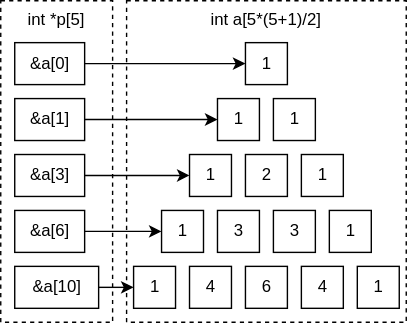
cs-course/marp-public keeps this draw.io diagram as images/c-pointer-yanghui.svg. Above is the earlier version. Source tidied: cells renumbered, new cells last; positions are measured from the earlier drawing's top-left corner, leaving out a move shared by most shapes. The source it was exported from:
```xml
<mxGraphModel>
  <root>
    <mxCell id="0" />
    <mxCell id="1" parent="0" />
    <mxCell id="2" value="1" style="text;html=1;align=center;verticalAlign=middle;points=[];strokeColor=default;fillColor=none;" parent="1" vertex="1">
      <mxGeometry x="175" y="30" width="30" height="30" as="geometry" />
    </mxCell>
    <mxCell id="3" value="1" style="text;html=1;align=center;verticalAlign=middle;points=[];strokeColor=default;fillColor=none;" parent="1" vertex="1">
      <mxGeometry x="155" y="70" width="30" height="30" as="geometry" />
    </mxCell>
    <mxCell id="4" value="1" style="text;html=1;align=center;verticalAlign=middle;strokeColor=default;fillColor=none;" parent="1" vertex="1">
      <mxGeometry x="195" y="70" width="30" height="30" as="geometry" />
    </mxCell>
    <mxCell id="5" value="1" style="text;html=1;align=center;verticalAlign=middle;points=[];strokeColor=default;fillColor=none;" parent="1" vertex="1">
      <mxGeometry x="135" y="110" width="30" height="30" as="geometry" />
    </mxCell>
    <mxCell id="6" value="2" style="text;html=1;align=center;verticalAlign=middle;strokeColor=default;fillColor=none;" parent="1" vertex="1">
      <mxGeometry x="175" y="110" width="30" height="30" as="geometry" />
    </mxCell>
    <mxCell id="7" value="1" style="text;html=1;align=center;verticalAlign=middle;strokeColor=default;fillColor=none;" parent="1" vertex="1">
      <mxGeometry x="215" y="110" width="30" height="30" as="geometry" />
    </mxCell>
    <mxCell id="8" value="1" style="text;html=1;align=center;verticalAlign=middle;points=[];strokeColor=default;fillColor=none;" parent="1" vertex="1">
      <mxGeometry x="115" y="150" width="30" height="30" as="geometry" />
    </mxCell>
    <mxCell id="9" value="3" style="text;html=1;align=center;verticalAlign=middle;strokeColor=default;fillColor=none;" parent="1" vertex="1">
      <mxGeometry x="155" y="150" width="30" height="30" as="geometry" />
    </mxCell>
    <mxCell id="10" value="3" style="text;html=1;align=center;verticalAlign=middle;strokeColor=default;fillColor=none;" parent="1" vertex="1">
      <mxGeometry x="195" y="150" width="30" height="30" as="geometry" />
    </mxCell>
    <mxCell id="11" value="1" style="text;html=1;align=center;verticalAlign=middle;strokeColor=default;fillColor=none;" parent="1" vertex="1">
      <mxGeometry x="235" y="150" width="30" height="30" as="geometry" />
    </mxCell>
    <mxCell id="12" value="1" style="text;html=1;align=center;verticalAlign=middle;points=[];strokeColor=default;fillColor=none;" parent="1" vertex="1">
      <mxGeometry x="95" y="190" width="30" height="30" as="geometry" />
    </mxCell>
    <mxCell id="13" value="4" style="text;html=1;align=center;verticalAlign=middle;strokeColor=default;fillColor=none;" parent="1" vertex="1">
      <mxGeometry x="135" y="190" width="30" height="30" as="geometry" />
    </mxCell>
    <mxCell id="14" value="6" style="text;html=1;align=center;verticalAlign=middle;strokeColor=default;fillColor=none;" parent="1" vertex="1">
      <mxGeometry x="175" y="190" width="30" height="30" as="geometry" />
    </mxCell>
    <mxCell id="15" value="4" style="text;html=1;align=center;verticalAlign=middle;strokeColor=default;fillColor=none;" parent="1" vertex="1">
      <mxGeometry x="215" y="190" width="30" height="30" as="geometry" />
    </mxCell>
    <mxCell id="16" value="1" style="text;html=1;align=center;verticalAlign=middle;strokeColor=default;fillColor=none;" parent="1" vertex="1">
      <mxGeometry x="255" y="190" width="30" height="30" as="geometry" />
    </mxCell>
    <mxCell id="17" style="edgeStyle=none;html=1;" parent="1" edge="1" source="18" target="12">
      <mxGeometry relative="1" as="geometry" />
    </mxCell>
    <mxCell id="18" value="&amp;amp;a[10]" style="text;align=center;verticalAlign=middle;points=[];strokeColor=default;fillColor=none;html=1;" parent="1" vertex="1">
      <mxGeometry x="10" y="190" width="60" height="30" as="geometry" />
    </mxCell>
    <mxCell id="19" style="edgeStyle=none;html=1;" parent="1" edge="1" source="20" target="8">
      <mxGeometry relative="1" as="geometry" />
    </mxCell>
    <mxCell id="20" value="&amp;amp;a[6]" style="text;html=1;align=center;verticalAlign=middle;points=[];strokeColor=default;fillColor=none;" parent="1" vertex="1">
      <mxGeometry x="10" y="150" width="50" height="30" as="geometry" />
    </mxCell>
    <mxCell id="21" style="edgeStyle=none;html=1;" parent="1" edge="1" source="22" target="5">
      <mxGeometry relative="1" as="geometry" />
    </mxCell>
    <mxCell id="22" value="&amp;amp;a[3]" style="text;html=1;align=center;verticalAlign=middle;points=[];strokeColor=default;fillColor=none;" parent="1" vertex="1">
      <mxGeometry x="10" y="110" width="50" height="30" as="geometry" />
    </mxCell>
    <mxCell id="23" style="edgeStyle=none;html=1;" parent="1" edge="1" source="24" target="3">
      <mxGeometry relative="1" as="geometry" />
    </mxCell>
    <mxCell id="24" value="&amp;amp;a[1]" style="text;html=1;align=center;verticalAlign=middle;points=[];strokeColor=default;fillColor=none;" parent="1" vertex="1">
      <mxGeometry x="10" y="70" width="50" height="30" as="geometry" />
    </mxCell>
    <mxCell id="25" style="edgeStyle=none;html=1;" parent="1" edge="1" source="26" target="2">
      <mxGeometry relative="1" as="geometry" />
    </mxCell>
    <mxCell id="26" value="&amp;amp;a[0]" style="text;html=1;align=center;verticalAlign=middle;points=[];strokeColor=default;fillColor=none;" parent="1" vertex="1">
      <mxGeometry x="10" y="30" width="50" height="30" as="geometry" />
    </mxCell>
    <mxCell id="27" value="int *p[5]" style="rounded=0;whiteSpace=wrap;html=1;strokeColor=default;fillColor=none;dashed=1;verticalAlign=top;" parent="1" vertex="1">
      <mxGeometry width="80" height="230" as="geometry" />
    </mxCell>
    <mxCell id="28" value="int a[5*(5+1)/2]" style="rounded=0;whiteSpace=wrap;html=1;strokeColor=default;fillColor=none;dashed=1;verticalAlign=top;" parent="1" vertex="1">
      <mxGeometry x="90" width="200" height="230" as="geometry" />
    </mxCell>
  </root>
</mxGraphModel>
```
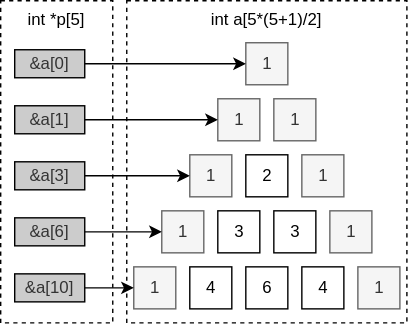
Later version of the same file.

The edit, as a diff of the source:
```diff
@@ -2,25 +2,31 @@
   <root>
     <mxCell id="0" />
     <mxCell id="1" parent="0" />
+    <mxCell id="28" value="int a[5*(5+1)/2]" style="rounded=0;whiteSpace=wrap;html=1;strokeColor=default;fillColor=none;dashed=1;verticalAlign=top;" parent="1" vertex="1">
+      <mxGeometry x="90" width="200" height="230" as="geometry" />
+    </mxCell>
+    <mxCell id="27" value="int *p[5]" style="rounded=0;whiteSpace=wrap;html=1;strokeColor=default;fillColor=none;dashed=1;verticalAlign=top;" parent="1" vertex="1">
+      <mxGeometry width="80" height="230" as="geometry" />
+    </mxCell>
-    <mxCell id="2" value="1" style="text;html=1;align=center;verticalAlign=middle;points=[];strokeColor=default;fillColor=none;" parent="1" vertex="1">
+    <mxCell id="2" value="1" style="text;html=1;align=center;verticalAlign=middle;points=[];strokeColor=#666666;fillColor=#f5f5f5;fontColor=#333333;" parent="1" vertex="1">
       <mxGeometry x="175" y="30" width="30" height="30" as="geometry" />
     </mxCell>
-    <mxCell id="3" value="1" style="text;html=1;align=center;verticalAlign=middle;points=[];strokeColor=default;fillColor=none;" parent="1" vertex="1">
+    <mxCell id="3" value="1" style="text;html=1;align=center;verticalAlign=middle;points=[];strokeColor=#666666;fillColor=#f5f5f5;fontColor=#333333;" parent="1" vertex="1">
       <mxGeometry x="155" y="70" width="30" height="30" as="geometry" />
     </mxCell>
-    <mxCell id="4" value="1" style="text;html=1;align=center;verticalAlign=middle;strokeColor=default;fillColor=none;" parent="1" vertex="1">
+    <mxCell id="4" value="1" style="text;html=1;align=center;verticalAlign=middle;strokeColor=#666666;fillColor=#f5f5f5;fontColor=#333333;" parent="1" vertex="1">
       <mxGeometry x="195" y="70" width="30" height="30" as="geometry" />
     </mxCell>
-    <mxCell id="5" value="1" style="text;html=1;align=center;verticalAlign=middle;points=[];strokeColor=default;fillColor=none;" parent="1" vertex="1">
+    <mxCell id="5" value="1" style="text;html=1;align=center;verticalAlign=middle;points=[];strokeColor=#666666;fillColor=#f5f5f5;fontColor=#333333;" parent="1" vertex="1">
       <mxGeometry x="135" y="110" width="30" height="30" as="geometry" />
     </mxCell>
     <mxCell id="6" value="2" style="text;html=1;align=center;verticalAlign=middle;strokeColor=default;fillColor=none;" parent="1" vertex="1">
       <mxGeometry x="175" y="110" width="30" height="30" as="geometry" />
     </mxCell>
-    <mxCell id="7" value="1" style="text;html=1;align=center;verticalAlign=middle;strokeColor=default;fillColor=none;" parent="1" vertex="1">
+    <mxCell id="7" value="1" style="text;html=1;align=center;verticalAlign=middle;strokeColor=#666666;fillColor=#f5f5f5;fontColor=#333333;" parent="1" vertex="1">
       <mxGeometry x="215" y="110" width="30" height="30" as="geometry" />
     </mxCell>
-    <mxCell id="8" value="1" style="text;html=1;align=center;verticalAlign=middle;points=[];strokeColor=default;fillColor=none;" parent="1" vertex="1">
+    <mxCell id="8" value="1" style="text;html=1;align=center;verticalAlign=middle;points=[];strokeColor=#666666;fillColor=#f5f5f5;fontColor=#333333;" parent="1" vertex="1">
       <mxGeometry x="115" y="150" width="30" height="30" as="geometry" />
     </mxCell>
     <mxCell id="9" value="3" style="text;html=1;align=center;verticalAlign=middle;strokeColor=default;fillColor=none;" parent="1" vertex="1">
@@ -29,10 +35,10 @@
     <mxCell id="10" value="3" style="text;html=1;align=center;verticalAlign=middle;strokeColor=default;fillColor=none;" parent="1" vertex="1">
       <mxGeometry x="195" y="150" width="30" height="30" as="geometry" />
     </mxCell>
-    <mxCell id="11" value="1" style="text;html=1;align=center;verticalAlign=middle;strokeColor=default;fillColor=none;" parent="1" vertex="1">
+    <mxCell id="11" value="1" style="text;html=1;align=center;verticalAlign=middle;strokeColor=#666666;fillColor=#f5f5f5;fontColor=#333333;" parent="1" vertex="1">
       <mxGeometry x="235" y="150" width="30" height="30" as="geometry" />
     </mxCell>
-    <mxCell id="12" value="1" style="text;html=1;align=center;verticalAlign=middle;points=[];strokeColor=default;fillColor=none;" parent="1" vertex="1">
+    <mxCell id="12" value="1" style="text;html=1;align=center;verticalAlign=middle;points=[];strokeColor=#666666;fillColor=#f5f5f5;fontColor=#333333;" parent="1" vertex="1">
       <mxGeometry x="95" y="190" width="30" height="30" as="geometry" />
     </mxCell>
     <mxCell id="13" value="4" style="text;html=1;align=center;verticalAlign=middle;strokeColor=default;fillColor=none;" parent="1" vertex="1">
@@ -44,44 +50,38 @@
     <mxCell id="15" value="4" style="text;html=1;align=center;verticalAlign=middle;strokeColor=default;fillColor=none;" parent="1" vertex="1">
       <mxGeometry x="215" y="190" width="30" height="30" as="geometry" />
     </mxCell>
-    <mxCell id="16" value="1" style="text;html=1;align=center;verticalAlign=middle;strokeColor=default;fillColor=none;" parent="1" vertex="1">
+    <mxCell id="16" value="1" style="text;html=1;align=center;verticalAlign=middle;strokeColor=#666666;fillColor=#f5f5f5;fontColor=#333333;" parent="1" vertex="1">
       <mxGeometry x="255" y="190" width="30" height="30" as="geometry" />
     </mxCell>
     <mxCell id="17" style="edgeStyle=none;html=1;" parent="1" edge="1" source="18" target="12">
       <mxGeometry relative="1" as="geometry" />
     </mxCell>
+    <mxCell id="19" style="edgeStyle=none;html=1;" parent="1" edge="1" source="20" target="8">
+      <mxGeometry relative="1" as="geometry" />
+    </mxCell>
+    <mxCell id="21" style="edgeStyle=none;html=1;" parent="1" edge="1" source="22" target="5">
+      <mxGeometry relative="1" as="geometry" />
+    </mxCell>
+    <mxCell id="23" style="edgeStyle=none;html=1;" parent="1" edge="1" source="24" target="3">
+      <mxGeometry relative="1" as="geometry" />
+    </mxCell>
+    <mxCell id="25" style="edgeStyle=none;html=1;" parent="1" edge="1" source="26" target="2">
+      <mxGeometry relative="1" as="geometry" />
+    </mxCell>
-    <mxCell id="18" value="&amp;amp;a[10]" style="text;align=center;verticalAlign=middle;points=[];strokeColor=default;fillColor=none;html=1;" parent="1" vertex="1">
-      <mxGeometry x="10" y="190" width="60" height="30" as="geometry" />
+    <mxCell id="18" value="&lt;span style=&quot;color: rgb(51, 51, 51);&quot;&gt;&amp;amp;a[10]&lt;/span&gt;" style="rounded=0;whiteSpace=wrap;html=1;fillColor=#CCCCCC;" parent="1" vertex="1">
+      <mxGeometry x="10" y="195" width="50" height="20" as="geometry" />
     </mxCell>
-    <mxCell id="19" style="edgeStyle=none;html=1;" parent="1" edge="1" source="20" target="8">
-      <mxGeometry relative="1" as="geometry" />
-    </mxCell>
-    <mxCell id="20" value="&amp;amp;a[6]" style="text;html=1;align=center;verticalAlign=middle;points=[];strokeColor=default;fillColor=none;" parent="1" vertex="1">
-      <mxGeometry x="10" y="150" width="50" height="30" as="geometry" />
+    <mxCell id="20" value="&lt;span style=&quot;color: rgb(51, 51, 51);&quot;&gt;&amp;amp;a[6]&lt;/span&gt;" style="rounded=0;whiteSpace=wrap;html=1;fillColor=#CCCCCC;" parent="1" vertex="1">
+      <mxGeometry x="10" y="155" width="50" height="20" as="geometry" />
     </mxCell>
-    <mxCell id="21" style="edgeStyle=none;html=1;" parent="1" edge="1" source="22" target="5">
-      <mxGeometry relative="1" as="geometry" />
-    </mxCell>
-    <mxCell id="22" value="&amp;amp;a[3]" style="text;html=1;align=center;verticalAlign=middle;points=[];strokeColor=default;fillColor=none;" parent="1" vertex="1">
-      <mxGeometry x="10" y="110" width="50" height="30" as="geometry" />
+    <mxCell id="22" value="&lt;span style=&quot;color: rgb(51, 51, 51);&quot;&gt;&amp;amp;a[3]&lt;/span&gt;" style="rounded=0;whiteSpace=wrap;html=1;fillColor=#CCCCCC;" parent="1" vertex="1">
+      <mxGeometry x="10" y="115" width="50" height="20" as="geometry" />
     </mxCell>
-    <mxCell id="23" style="edgeStyle=none;html=1;" parent="1" edge="1" source="24" target="3">
-      <mxGeometry relative="1" as="geometry" />
-    </mxCell>
-    <mxCell id="24" value="&amp;amp;a[1]" style="text;html=1;align=center;verticalAlign=middle;points=[];strokeColor=default;fillColor=none;" parent="1" vertex="1">
-      <mxGeometry x="10" y="70" width="50" height="30" as="geometry" />
+    <mxCell id="24" value="&lt;span style=&quot;color: rgb(51, 51, 51);&quot;&gt;&amp;amp;a[1]&lt;/span&gt;" style="rounded=0;whiteSpace=wrap;html=1;fillColor=#CCCCCC;" parent="1" vertex="1">
+      <mxGeometry x="10" y="75" width="50" height="20" as="geometry" />
     </mxCell>
-    <mxCell id="25" style="edgeStyle=none;html=1;" parent="1" edge="1" source="26" target="2">
-      <mxGeometry relative="1" as="geometry" />
-    </mxCell>
-    <mxCell id="26" value="&amp;amp;a[0]" style="text;html=1;align=center;verticalAlign=middle;points=[];strokeColor=default;fillColor=none;" parent="1" vertex="1">
-      <mxGeometry x="10" y="30" width="50" height="30" as="geometry" />
+    <mxCell id="26" value="&lt;span style=&quot;color: rgb(51, 51, 51);&quot;&gt;&amp;amp;a[0]&lt;/span&gt;" style="rounded=0;whiteSpace=wrap;html=1;fillColor=#CCCCCC;" parent="1" vertex="1">
+      <mxGeometry x="10" y="35" width="50" height="20" as="geometry" />
     </mxCell>
-    <mxCell id="27" value="int *p[5]" style="rounded=0;whiteSpace=wrap;html=1;strokeColor=default;fillColor=none;dashed=1;verticalAlign=top;" parent="1" vertex="1">
-      <mxGeometry width="80" height="230" as="geometry" />
-    </mxCell>
-    <mxCell id="28" value="int a[5*(5+1)/2]" style="rounded=0;whiteSpace=wrap;html=1;strokeColor=default;fillColor=none;dashed=1;verticalAlign=top;" parent="1" vertex="1">
-      <mxGeometry x="90" width="200" height="230" as="geometry" />
-    </mxCell>
   </root>
 </mxGraphModel>
```
